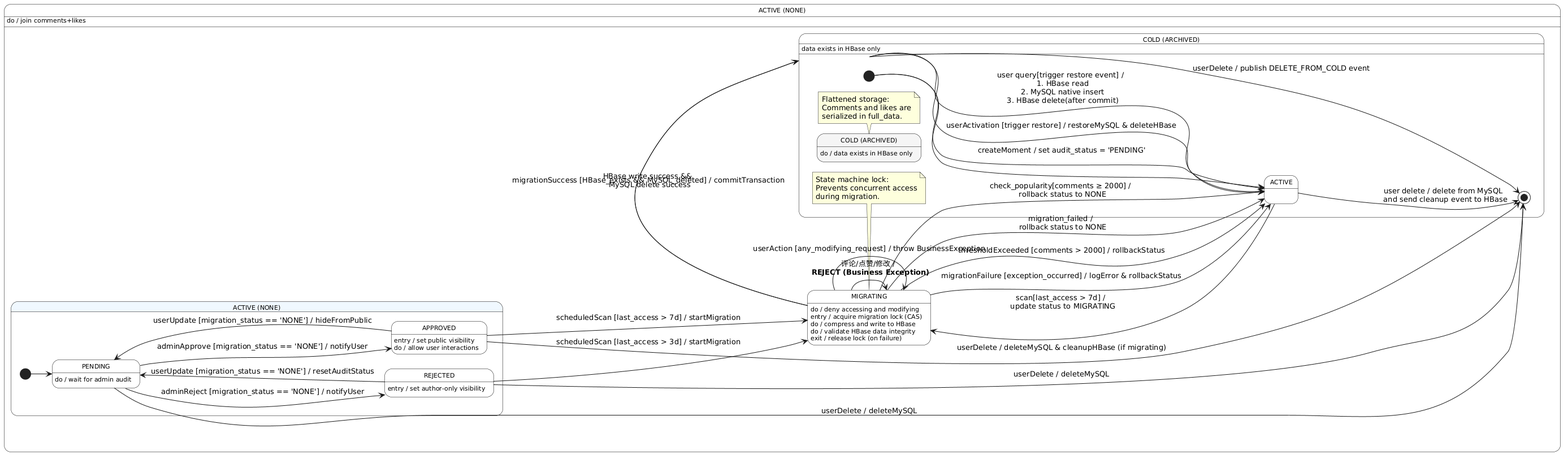
Earlier version of the PlantUML export Documents/HBase/Moment冷热分离测试/状态转移图.png (Randomly-git/Pet-Care-Ecosystem).
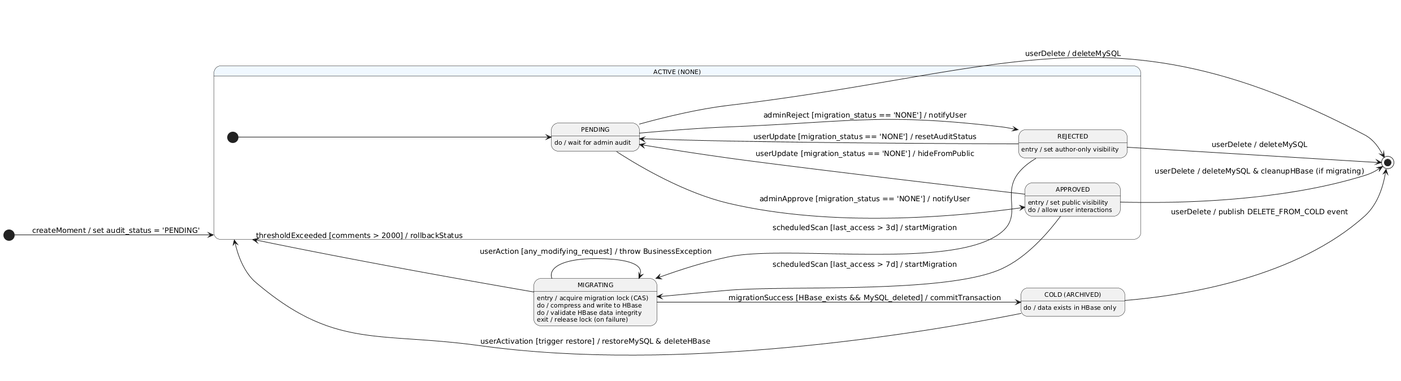
Later version of the same file.

Commit message:
完善状态转移图

Change to the diagram source:
```diff
@@ -1,15 +1,12 @@
 @startuml
 left to right direction
 skinparam state {
-  BackgroundColor White
   BackgroundColor<<active>> #F0F8FF
   BackgroundColor<<archive>> #F5F5F5
   BorderColor Black
   FontSize 11
 }
 
-state ACTIVE as "ACTIVE (NONE)" {
-    ACTIVE: do / join comments+likes
 state ACTIVE as "ACTIVE (NONE)" <<active>> {
     state PENDING : do / wait for admin audit
     state APPROVED : entry / set public visibility\ndo / allow user interactions
@@ -24,56 +21,29 @@
 }
 
 state MIGRATING as "MIGRATING" {
-    MIGRATING: do / deny accessing and modifying
     MIGRATING : entry / acquire migration lock (CAS)
     MIGRATING : do / compress and write to HBase\ndo / validate HBase data integrity
     MIGRATING : exit / release lock (on failure)
 }
 
-state COLD as "COLD (ARCHIVED)" {
-    COLD: data exists in HBase only
 state COLD as "COLD (ARCHIVED)" <<archive>> {
     COLD : do / data exists in HBase only
 }
 
-[*] --> ACTIVE
 [*] --> ACTIVE : createMoment / set audit_status = 'PENDING'
 
-ACTIVE --> MIGRATING : scan[last_access > 7d] / \n update status to MIGRATING
 APPROVED --> MIGRATING : scheduledScan [last_access > 7d] / startMigration
 REJECTED --> MIGRATING : scheduledScan [last_access > 3d] / startMigration
 
-MIGRATING --> ACTIVE : check_popularity[comments ≥ 2000] / \n rollback status to NONE
-
-MIGRATING --> ACTIVE : migration_failed / \n rollback status to NONE
-
-MIGRATING --> COLD : HBase write success && \n MySQL delete success
 MIGRATING --> ACTIVE : thresholdExceeded [comments > 2000] / rollbackStatus
-MIGRATING --> ACTIVE : migrationFailure [exception_occurred] / logError & rollbackStatus
 MIGRATING --> COLD : migrationSuccess [HBase_exists && MySQL_deleted] / commitTransaction
 
-MIGRATING --> MIGRATING : 评论/点赞/修改 / \n **REJECT (Business Exception)**
 MIGRATING --> MIGRATING : userAction [any_modifying_request] / throw BusinessException
 
-COLD --> ACTIVE : user query[trigger restore event] / \n 1. HBase read\n 2. MySQL native insert\n 3. HBase delete(after commit)
 COLD --> ACTIVE : userActivation [trigger restore] / restoreMySQL & deleteHBase
-
-ACTIVE --> [*] : user delete / delete from MySQL \n and send cleanup event to HBase
 
 PENDING --> [*] : userDelete / deleteMySQL
 APPROVED --> [*] : userDelete / deleteMySQL & cleanupHBase (if migrating)
 REJECTED --> [*] : userDelete / deleteMySQL
 COLD --> [*] : userDelete / publish DELETE_FROM_COLD event
-
-note top of MIGRATING
-  State machine lock:
-  Prevents concurrent access
-  during migration.
-end note
-
-note bottom of COLD
-  Flattened storage:
-  Comments and likes are
-  serialized in full_data.
-end note
 @enduml
```
